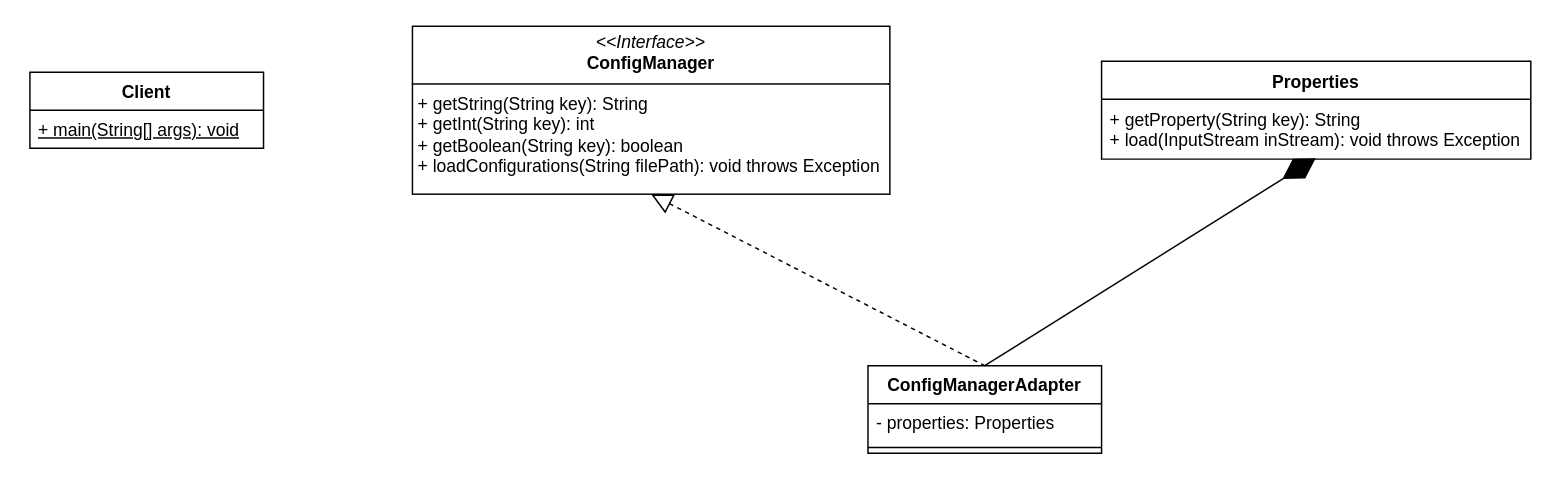
NguyenChHieu/graphs keeps this draw.io diagram as soft2201w11.drawio. Above is the earlier version. Source tidied: cells renumbered, new cells numbered last; positions are measured from the earlier drawing's top-left corner, leaving out a move shared by most shapes. Both pictures are drawn from the tidied source at 146%, with x=0, y=0 at pixel (29, 25).
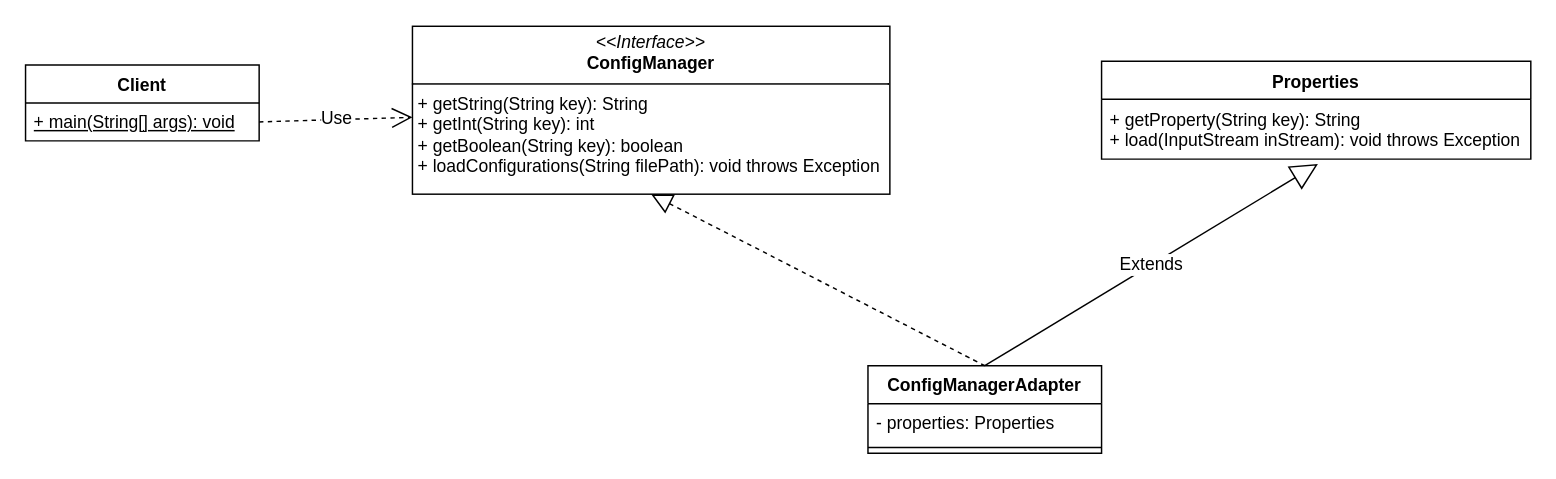
After the change.

Change to the diagram source:
```diff
@@
 <mxGraphModel>
   <root>
     <mxCell id="0" />
     <mxCell id="1" parent="0" />
     <mxCell id="2" value="Client" style="swimlane;fontStyle=1;align=center;verticalAlign=top;horizontal=1;startSize=26;whiteSpace=wrap;html=1;" parent="1" vertex="1">
-      <mxGeometry y="32" width="160" height="52" as="geometry" />
+      <mxGeometry x="-3" y="27" width="160" height="52" as="geometry" />
     </mxCell>
     <mxCell id="3" value="&lt;u&gt;+ main(String[] args): void&lt;/u&gt;" style="text;strokeColor=none;fillColor=none;align=left;verticalAlign=top;spacingLeft=4;spacingRight=4;overflow=hidden;points=[[0,0.5],[1,0.5]];portConstraint=eastwest;whiteSpace=wrap;html=1;" parent="2" vertex="1">
       <mxGeometry y="26" width="160" height="26" as="geometry" />
     </mxCell>
     <mxCell id="4" value="&lt;p style=&quot;margin:0px;margin-top:4px;text-align:center;&quot;&gt;&lt;i&gt;&amp;lt;&amp;lt;Interface&amp;gt;&amp;gt;&lt;/i&gt;&lt;br&gt;&lt;b&gt;ConfigManager&lt;/b&gt;&lt;/p&gt;&lt;hr size=&quot;1&quot; style=&quot;border-style:solid;&quot;&gt;&lt;p style=&quot;margin:0px;margin-left:4px;&quot;&gt;+ getString(String key): String&lt;br/&gt;+ getInt(String key): int&lt;br/&gt;+ getBoolean(String key): boolean&lt;br/&gt;+ loadConfigurations(String filePath): void throws Exception&lt;br&gt;&lt;/p&gt;" style="verticalAlign=top;align=left;overflow=fill;html=1;whiteSpace=wrap;" parent="1" vertex="1">
       <mxGeometry x="262" y="0.5" width="327" height="115" as="geometry" />
     </mxCell>
     <mxCell id="5" value="Properties" style="swimlane;fontStyle=1;align=center;verticalAlign=top;horizontal=1;startSize=26;whiteSpace=wrap;html=1;" parent="1" vertex="1">
       <mxGeometry x="734" y="24.5" width="294" height="67" as="geometry" />
     </mxCell>
     <mxCell id="6" value="+ getProperty(String key): String&lt;div&gt;+ load(InputStream inStream): void&amp;nbsp;&lt;span style=&quot;background-color: initial;&quot;&gt;throws Exception&lt;/span&gt;&lt;/div&gt;" style="text;strokeColor=none;fillColor=none;align=left;verticalAlign=top;spacingLeft=4;spacingRight=4;overflow=hidden;points=[[0,0.5],[1,0.5]];portConstraint=eastwest;whiteSpace=wrap;html=1;" parent="5" vertex="1">
       <mxGeometry y="26" width="294" height="41" as="geometry" />
     </mxCell>
     <mxCell id="7" value="ConfigManagerAdapter" style="swimlane;fontStyle=1;align=center;verticalAlign=top;horizontal=1;startSize=26;whiteSpace=wrap;html=1;" parent="1" vertex="1">
       <mxGeometry x="574" y="233" width="160" height="60" as="geometry" />
     </mxCell>
     <mxCell id="8" value="- properties: Properties" style="text;strokeColor=none;fillColor=none;align=left;verticalAlign=top;spacingLeft=4;spacingRight=4;overflow=hidden;whiteSpace=wrap;html=1;" parent="7" vertex="1">
       <mxGeometry y="26" width="160" height="26" as="geometry" />
     </mxCell>
     <mxCell id="9" style="line;strokeWidth=1;fillColor=none;align=left;verticalAlign=middle;spacingTop=-1;spacingLeft=3;spacingRight=3;labelPosition=right;strokeColor=inherit;" parent="7" vertex="1">
       <mxGeometry y="52" width="160" height="8" as="geometry" />
     </mxCell>
     <mxCell id="10" style="endArrow=block;dashed=1;endFill=0;endSize=12;html=1;rounded=0;fontSize=12;curved=1;exitX=0.5;exitY=0;exitDx=0;exitDy=0;entryX=0.5;entryY=1;entryDx=0;entryDy=0;" parent="1" edge="1" source="7" target="4">
       <mxGeometry relative="1" as="geometry" />
     </mxCell>
-    <mxCell id="11" style="endArrow=diamondThin;endFill=1;endSize=24;html=1;rounded=0;fontSize=12;curved=1;entryX=0.499;entryY=0.984;entryDx=0;entryDy=0;entryPerimeter=0;exitX=0.5;exitY=0;exitDx=0;exitDy=0;" parent="1" edge="1" source="7" target="6">
+    <mxCell id="11" value="Extends" style="endArrow=block;endSize=16;endFill=0;html=1;rounded=0;fontSize=12;curved=1;entryX=0.504;entryY=1.08;entryDx=0;entryDy=0;entryPerimeter=0;exitX=0.5;exitY=0;exitDx=0;exitDy=0;" parent="1" edge="1" source="7" target="6">
       <mxGeometry relative="1" as="geometry" />
     </mxCell>
+    <mxCell id="12" value="Use" style="endArrow=open;endSize=12;dashed=1;html=1;rounded=0;fontSize=12;curved=1;exitX=1;exitY=0.5;exitDx=0;exitDy=0;" parent="1" edge="1" source="3" target="4">
+      <mxGeometry relative="1" as="geometry" />
+    </mxCell>
   </root>
 </mxGraphModel>
```
